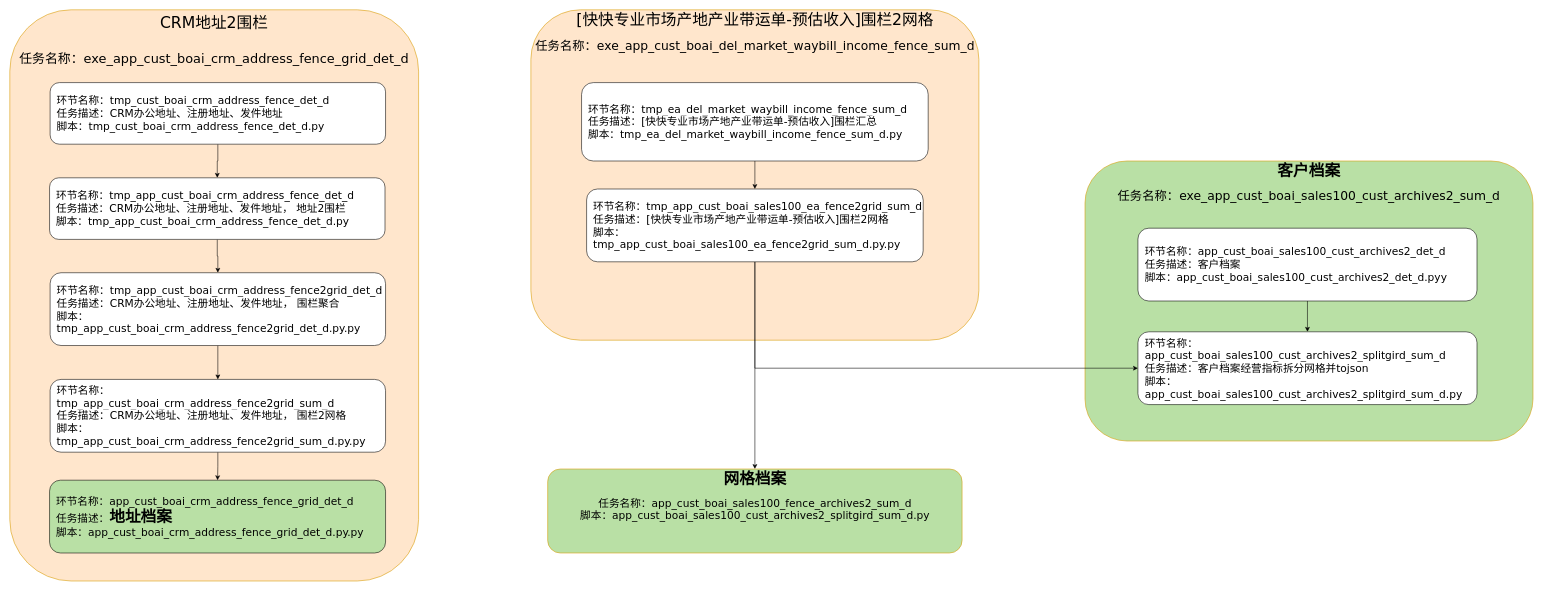
Before: page "第 1 页" (1 of 3) of 网格化二期.drawio in tristayan/ck, a draw.io diagram. Source tidied: cells renumbered, new cells numbered last; positions are measured from the earlier drawing's top-left corner, leaving out a move shared by most shapes. Both pictures are drawn from the tidied source at 56%, with x=0, y=0 at pixel (10, 10).
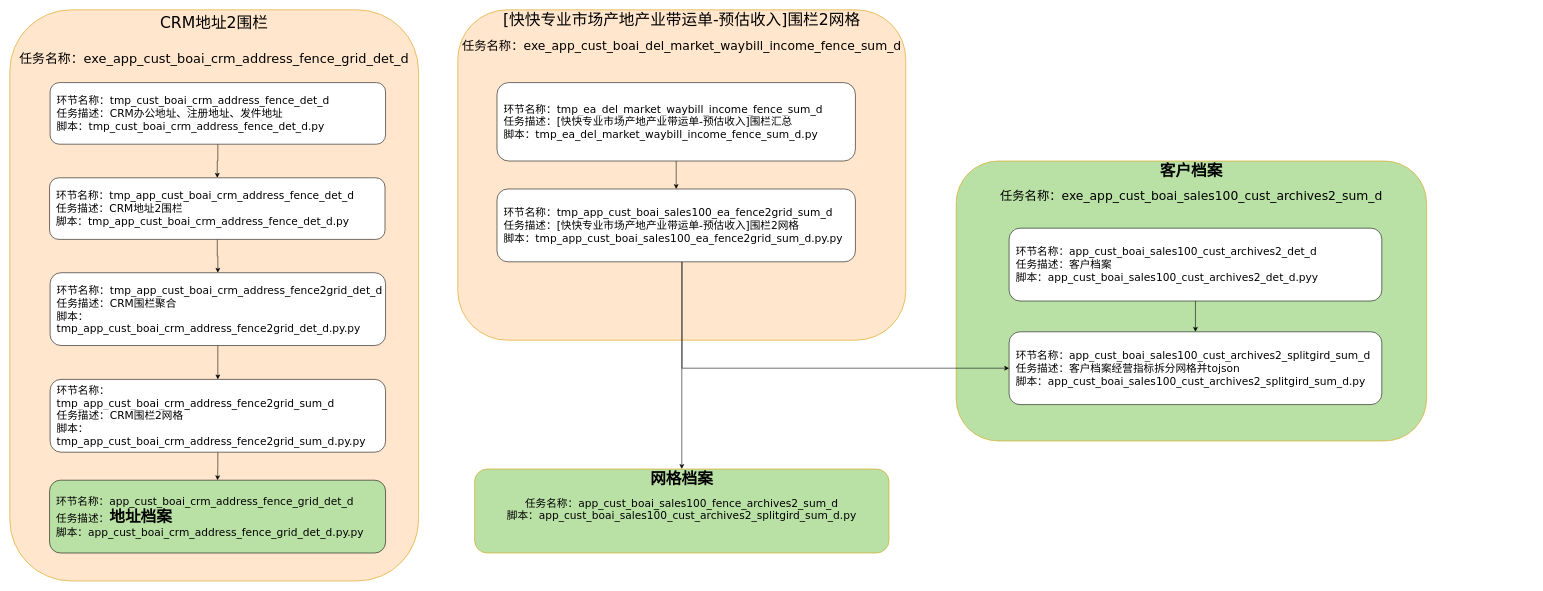
After the change.

Commit message (it also covers changes not shown here):
更新网格化二期.drawio

The edit, as a diff of the source:
```diff
@@
     <mxCell id="2" value="&lt;div style=&quot;line-height: 21px; white-space: pre;&quot;&gt;&lt;span&gt;&lt;font style=&quot;font-size: 28px;&quot;&gt;&lt;b&gt;客户档案&lt;/b&gt;&lt;/font&gt;&lt;/span&gt;&lt;/div&gt;&lt;div style=&quot;line-height: 21px; white-space: pre;&quot;&gt;&lt;span&gt;&lt;font style=&quot;font-size: 22px;&quot;&gt;&lt;br&gt;&lt;/font&gt;&lt;/span&gt;&lt;/div&gt;&lt;div style=&quot;line-height: 21px;&quot;&gt;&lt;font style=&quot;font-size: 22px;&quot;&gt;&lt;span style=&quot;white-space: pre;&quot;&gt;任务名称：&lt;/span&gt;&lt;span style=&quot;white-space: pre;&quot;&gt;&lt;font style=&quot;&quot;&gt;exe_app_cust_boai_sales100_cust_archives2_sum_d&lt;/font&gt;&lt;/span&gt;&lt;/font&gt;&lt;/div&gt;" style="rounded=1;whiteSpace=wrap;html=1;verticalAlign=top;labelBackgroundColor=none;fillColor=#B9E0A5;strokeColor=#d79b00;fontFamily=Verdana;fontSize=19;fontColor=#000000;" parent="1" vertex="1">
-      <mxGeometry x="1920" y="270" width="800" height="500" as="geometry" />
+      <mxGeometry x="1690" y="270" width="840" height="500" as="geometry" />
     </mxCell>
@@
-    <mxCell id="7" value="&lt;font style=&quot;background-color: light-dark(#ffffff, var(--ge-dark-color, #121212));&quot;&gt;环节名称：&lt;/font&gt;&lt;font&gt;&lt;span style=&quot;text-wrap-mode: nowrap;&quot;&gt;tmp_app_cust_boai_crm_address_fence_det_d&lt;/span&gt;&lt;/font&gt;&lt;div&gt;&lt;font style=&quot;background-color: light-dark(#ffffff, var(--ge-dark-color, #121212));&quot;&gt;&lt;span style=&quot;text-wrap-mode: nowrap;&quot;&gt;任务描述：&lt;/span&gt;&lt;span&gt;CRM办公地址、注册地址、发件地址， 地址2围栏&lt;/span&gt;&lt;/font&gt;&lt;/div&gt;&lt;div&gt;&lt;font&gt;&lt;span style=&quot;background-color: rgb(255, 255, 255);&quot;&gt;脚本：&lt;/span&gt;&lt;/font&gt;&lt;span style=&quot;text-wrap-mode: nowrap; background-color: transparent;&quot;&gt;tmp_app_cust_boai_crm_address_fence_det_d.py&lt;/span&gt;&lt;/div&gt;" style="rounded=1;whiteSpace=wrap;html=1;align=left;fontColor=#000000;spacingLeft=10;fontFamily=Verdana;fontSize=19;" parent="1" vertex="1">
+    <mxCell id="7" value="&lt;font style=&quot;background-color: light-dark(#ffffff, var(--ge-dark-color, #121212));&quot;&gt;环节名称：&lt;/font&gt;&lt;font&gt;&lt;span style=&quot;text-wrap-mode: nowrap;&quot;&gt;tmp_app_cust_boai_crm_address_fence_det_d&lt;/span&gt;&lt;/font&gt;&lt;div&gt;&lt;font style=&quot;background-color: light-dark(#ffffff, var(--ge-dark-color, #121212));&quot;&gt;&lt;span style=&quot;text-wrap-mode: nowrap;&quot;&gt;任务描述：&lt;/span&gt;&lt;span&gt;CRM地址2围栏&lt;/span&gt;&lt;/font&gt;&lt;/div&gt;&lt;div&gt;&lt;font&gt;&lt;span style=&quot;background-color: rgb(255, 255, 255);&quot;&gt;脚本：&lt;/span&gt;&lt;/font&gt;&lt;span style=&quot;text-wrap-mode: nowrap; background-color: transparent;&quot;&gt;tmp_app_cust_boai_crm_address_fence_det_d.py&lt;/span&gt;&lt;/div&gt;" style="rounded=1;whiteSpace=wrap;html=1;align=left;fontColor=#000000;spacingLeft=10;fontFamily=Verdana;fontSize=19;" parent="1" vertex="1">
       <mxGeometry x="71" y="300" width="599" height="110" as="geometry" />
     </mxCell>
     <mxCell id="8" value="&lt;div style=&quot;line-height: 21px; white-space: pre;&quot;&gt;&lt;span style=&quot;&quot;&gt;&lt;font style=&quot;font-size: 28px;&quot;&gt;[快快专业市场产地产业带运单-预估收入]围栏2网格&lt;/font&gt;&lt;/span&gt;&lt;/div&gt;&lt;div style=&quot;line-height: 21px; white-space: pre;&quot;&gt;&lt;span style=&quot;&quot;&gt;&lt;font style=&quot;font-size: 28px;&quot;&gt;&lt;br&gt;&lt;/font&gt;&lt;/span&gt;&lt;/div&gt;&lt;div style=&quot;line-height: 21px; white-space: pre;&quot;&gt;&lt;span style=&quot;&quot;&gt;&lt;font style=&quot;font-size: 22px;&quot;&gt;任务名称：exe_app_cust_boai_del_market_waybill_income_fence_sum_d&lt;/font&gt;&lt;/span&gt;&lt;/div&gt;" style="rounded=1;whiteSpace=wrap;html=1;verticalAlign=top;labelBackgroundColor=none;fillColor=#ffe6cc;strokeColor=#d79b00;fontFamily=Verdana;fontSize=19;fontColor=#000000;" parent="1" vertex="1">
-      <mxGeometry x="930.5" width="800" height="590" as="geometry" />
+      <mxGeometry x="800" width="800" height="590" as="geometry" />
     </mxCell>
@@
     <mxCell id="10" value="&lt;font style=&quot;background-color: light-dark(#ffffff, var(--ge-dark-color, #121212));&quot;&gt;环节名称：&lt;/font&gt;&lt;span style=&quot;white-space: pre; background-color: rgb(255, 255, 255);&quot;&gt;&lt;font style=&quot;&quot;&gt;tmp_ea_del_market_waybill_income_fence_sum_d&lt;/font&gt;&lt;/span&gt;&lt;div&gt;&lt;font style=&quot;background-color: light-dark(#ffffff, var(--ge-dark-color, #121212));&quot;&gt;&lt;span style=&quot;text-wrap-mode: nowrap;&quot;&gt;任务描述：&lt;/span&gt;&lt;/font&gt;&lt;span style=&quot;white-space: pre; background-color: rgb(255, 255, 255);&quot;&gt;&lt;font style=&quot;&quot;&gt;[快快专业市场产地产业带运单-预估收入]围栏汇总&lt;/font&gt;&lt;/span&gt;&lt;/div&gt;&lt;div&gt;&lt;font style=&quot;background-color: light-dark(#ffffff, var(--ge-dark-color, #121212));&quot;&gt;&lt;span&gt;脚本：&lt;/span&gt;&lt;/font&gt;&lt;span style=&quot;background-color: rgb(255, 255, 255); text-wrap-mode: nowrap;&quot;&gt;&lt;span style=&quot;white-space-collapse: preserve;&quot;&gt;tmp_ea_del_market_waybill_income_fence_sum_d&lt;/span&gt;.py&lt;/span&gt;&lt;/div&gt;" style="rounded=1;whiteSpace=wrap;html=1;align=left;fontColor=#000000;spacingLeft=10;fontFamily=Verdana;fontSize=19;" parent="1" vertex="1">
-      <mxGeometry x="1021" y="130" width="619" height="140" as="geometry" />
+      <mxGeometry x="870" y="130" width="640" height="140" as="geometry" />
     </mxCell>
     <mxCell id="11" style="edgeStyle=orthogonalEdgeStyle;rounded=0;jettySize=auto;html=1;entryX=0;entryY=0.5;entryDx=0;entryDy=0;fontFamily=Verdana;fontSize=19;fontColor=#000000;" parent="1" edge="1" source="13" target="20">
       <mxGeometry relative="1" as="geometry">
         <Array as="points">
-          <mxPoint x="1331" y="640" />
+          <mxPoint x="1200.5" y="640" />
         </Array>
       </mxGeometry>
     </mxCell>
     <mxCell id="12" style="edgeStyle=orthogonalEdgeStyle;rounded=0;jettySize=auto;html=1;entryX=0.5;entryY=0;entryDx=0;entryDy=0;fontFamily=Verdana;fontSize=19;fontColor=#000000;" parent="1" edge="1" source="13" target="22">
       <mxGeometry relative="1" as="geometry">
         <Array as="points">
-          <mxPoint x="1331" y="810" />
+          <mxPoint x="1200.5" y="810" />
         </Array>
       </mxGeometry>
     </mxCell>
     <mxCell id="13" value="&lt;font style=&quot;background-color: light-dark(#ffffff, var(--ge-dark-color, #121212));&quot;&gt;环节名称：tmp_app_cust_boai_sales100_ea_fence2grid_sum_d&lt;/font&gt;&lt;div&gt;&lt;font style=&quot;background-color: light-dark(#ffffff, var(--ge-dark-color, #121212));&quot;&gt;&lt;span style=&quot;text-wrap-mode: nowrap;&quot;&gt;任务描述：&lt;/span&gt;&lt;/font&gt;&lt;span style=&quot;background-color: rgb(255, 255, 255); white-space: pre;&quot;&gt;[快快专业市场产地产业带运单-预估收入]围栏2网格&lt;/span&gt;&lt;/div&gt;&lt;div&gt;&lt;font&gt;&lt;span style=&quot;background-color: rgb(255, 255, 255);&quot;&gt;脚本：&lt;/span&gt;&lt;/font&gt;&lt;span style=&quot;background-color: transparent;&quot;&gt;&lt;font&gt;&lt;span&gt;tmp_app_cust_boai_sales100_ea_fence2grid_sum_d&lt;/span&gt;&lt;/font&gt;&lt;/span&gt;&lt;span style=&quot;text-wrap-mode: nowrap; background-color: transparent;&quot;&gt;.py&lt;/span&gt;&lt;span style=&quot;text-wrap-mode: nowrap; background-color: transparent;&quot;&gt;.py&lt;/span&gt;&lt;/div&gt;" style="rounded=1;whiteSpace=wrap;html=1;align=left;fontColor=#000000;spacingLeft=10;fontFamily=Verdana;fontSize=19;" parent="1" vertex="1">
-      <mxGeometry x="1030" y="320" width="601" height="130" as="geometry" />
+      <mxGeometry x="870" y="320" width="640" height="130" as="geometry" />
     </mxCell>
@@
-    <mxCell id="15" value="&lt;font style=&quot;background-color: light-dark(#ffffff, var(--ge-dark-color, #121212));&quot;&gt;环节名称：&lt;/font&gt;&lt;font&gt;&lt;span style=&quot;text-wrap-mode: nowrap;&quot;&gt;tmp_app_cust_boai_crm_address_fence2grid_det_d&lt;/span&gt;&lt;/font&gt;&lt;div&gt;&lt;font style=&quot;background-color: light-dark(#ffffff, var(--ge-dark-color, #121212));&quot;&gt;&lt;span style=&quot;text-wrap-mode: nowrap;&quot;&gt;任务描述：&lt;/span&gt;&lt;span&gt;CRM办公地址、注册地址、发件地址， 围栏聚合&lt;/span&gt;&lt;/font&gt;&lt;/div&gt;&lt;div&gt;&lt;font&gt;&lt;span style=&quot;background-color: rgb(255, 255, 255);&quot;&gt;脚本：&lt;/span&gt;&lt;/font&gt;&lt;span style=&quot;background-color: transparent;&quot;&gt;&lt;font&gt;&lt;span style=&quot;text-wrap-mode: nowrap;&quot;&gt;tmp_app_cust_boai_crm_address_fence2grid_det_d&lt;/span&gt;&lt;/font&gt;&lt;/span&gt;&lt;span style=&quot;text-wrap-mode: nowrap; background-color: transparent;&quot;&gt;.py&lt;/span&gt;&lt;span style=&quot;text-wrap-mode: nowrap; background-color: transparent;&quot;&gt;.py&lt;/span&gt;&lt;/div&gt;" style="rounded=1;whiteSpace=wrap;html=1;align=left;fontColor=#000000;spacingLeft=10;fontFamily=Verdana;fontSize=19;" parent="1" vertex="1">
+    <mxCell id="15" value="&lt;font style=&quot;background-color: light-dark(#ffffff, var(--ge-dark-color, #121212));&quot;&gt;环节名称：&lt;/font&gt;&lt;font&gt;&lt;span style=&quot;text-wrap-mode: nowrap;&quot;&gt;tmp_app_cust_boai_crm_address_fence2grid_det_d&lt;/span&gt;&lt;/font&gt;&lt;div&gt;&lt;font style=&quot;background-color: light-dark(#ffffff, var(--ge-dark-color, #121212));&quot;&gt;&lt;span style=&quot;text-wrap-mode: nowrap;&quot;&gt;任务描述：&lt;/span&gt;&lt;span&gt;CRM围栏聚合&lt;/span&gt;&lt;/font&gt;&lt;/div&gt;&lt;div&gt;&lt;font&gt;&lt;span style=&quot;background-color: rgb(255, 255, 255);&quot;&gt;脚本：&lt;/span&gt;&lt;/font&gt;&lt;span style=&quot;background-color: transparent;&quot;&gt;&lt;font&gt;&lt;span style=&quot;text-wrap-mode: nowrap;&quot;&gt;tmp_app_cust_boai_crm_address_fence2grid_det_d&lt;/span&gt;&lt;/font&gt;&lt;/span&gt;&lt;span style=&quot;text-wrap-mode: nowrap; background-color: transparent;&quot;&gt;.py&lt;/span&gt;&lt;span style=&quot;text-wrap-mode: nowrap; background-color: transparent;&quot;&gt;.py&lt;/span&gt;&lt;/div&gt;" style="rounded=1;whiteSpace=wrap;html=1;align=left;fontColor=#000000;spacingLeft=10;fontFamily=Verdana;fontSize=19;" parent="1" vertex="1">
       <mxGeometry x="72" y="469.5" width="599" height="130" as="geometry" />
     </mxCell>
@@
-    <mxCell id="17" value="&lt;font style=&quot;background-color: light-dark(#ffffff, var(--ge-dark-color, #121212));&quot;&gt;环节名称：&lt;/font&gt;&lt;font&gt;&lt;span style=&quot;text-wrap-mode: nowrap;&quot;&gt;tmp_app_cust_boai_crm_address_fence2grid_sum_d&lt;/span&gt;&lt;/font&gt;&lt;div&gt;&lt;font style=&quot;background-color: light-dark(#ffffff, var(--ge-dark-color, #121212));&quot;&gt;&lt;span style=&quot;text-wrap-mode: nowrap;&quot;&gt;任务描述：&lt;/span&gt;&lt;span&gt;CRM办公地址、注册地址、发件地址， 围栏2网格&lt;/span&gt;&lt;/font&gt;&lt;/div&gt;&lt;div&gt;&lt;font&gt;&lt;span style=&quot;background-color: rgb(255, 255, 255);&quot;&gt;脚本：&lt;/span&gt;&lt;/font&gt;&lt;span style=&quot;background-color: transparent;&quot;&gt;&lt;font&gt;&lt;span style=&quot;text-wrap-mode: nowrap;&quot;&gt;tmp_app_cust_boai_crm_address_fence2grid_sum_d&lt;/span&gt;&lt;/font&gt;&lt;/span&gt;&lt;span style=&quot;text-wrap-mode: nowrap; background-color: transparent;&quot;&gt;.py&lt;/span&gt;&lt;span style=&quot;text-wrap-mode: nowrap; background-color: transparent;&quot;&gt;.py&lt;/span&gt;&lt;/div&gt;" style="rounded=1;whiteSpace=wrap;html=1;align=left;fontColor=#000000;spacingLeft=10;fontFamily=Verdana;fontSize=19;" parent="1" vertex="1">
+    <mxCell id="17" value="&lt;font style=&quot;background-color: light-dark(#ffffff, var(--ge-dark-color, #121212));&quot;&gt;环节名称：&lt;/font&gt;&lt;font&gt;&lt;span style=&quot;text-wrap-mode: nowrap;&quot;&gt;tmp_app_cust_boai_crm_address_fence2grid_sum_d&lt;/span&gt;&lt;/font&gt;&lt;div&gt;&lt;font style=&quot;background-color: light-dark(#ffffff, var(--ge-dark-color, #121212));&quot;&gt;&lt;span style=&quot;text-wrap-mode: nowrap;&quot;&gt;任务描述：&lt;/span&gt;&lt;span&gt;CRM围栏2网格&lt;/span&gt;&lt;/font&gt;&lt;/div&gt;&lt;div&gt;&lt;font&gt;&lt;span style=&quot;background-color: rgb(255, 255, 255);&quot;&gt;脚本：&lt;/span&gt;&lt;/font&gt;&lt;span style=&quot;background-color: transparent;&quot;&gt;&lt;font&gt;&lt;span style=&quot;text-wrap-mode: nowrap;&quot;&gt;tmp_app_cust_boai_crm_address_fence2grid_sum_d&lt;/span&gt;&lt;/font&gt;&lt;/span&gt;&lt;span style=&quot;text-wrap-mode: nowrap; background-color: transparent;&quot;&gt;.py&lt;/span&gt;&lt;span style=&quot;text-wrap-mode: nowrap; background-color: transparent;&quot;&gt;.py&lt;/span&gt;&lt;/div&gt;" style="rounded=1;whiteSpace=wrap;html=1;align=left;fontColor=#000000;spacingLeft=10;fontFamily=Verdana;fontSize=19;" parent="1" vertex="1">
       <mxGeometry x="72" y="660" width="599" height="130" as="geometry" />
     </mxCell>
@@
     <mxCell id="19" value="&lt;font style=&quot;background-color: light-dark(#ffffff, var(--ge-dark-color, #121212));&quot;&gt;&lt;font&gt;环节名称：&lt;/font&gt;&lt;span style=&quot;white-space: pre;&quot;&gt;app_cust_boai_sales100_cust_archives2_det_d&lt;/span&gt;&lt;/font&gt;&lt;div&gt;&lt;font style=&quot;background-color: light-dark(#ffffff, var(--ge-dark-color, #121212));&quot;&gt;&lt;font&gt;&lt;span style=&quot;text-wrap-mode: nowrap;&quot;&gt;任务描述：&lt;/span&gt;&lt;/font&gt;&lt;span style=&quot;white-space: pre;&quot;&gt;客户档案&lt;/span&gt;&lt;/font&gt;&lt;/div&gt;&lt;div&gt;&lt;font style=&quot;background-color: light-dark(#ffffff, var(--ge-dark-color, #121212));&quot;&gt;&lt;font&gt;&lt;span&gt;脚本：&lt;/span&gt;&lt;/font&gt;&lt;span style=&quot;white-space: pre;&quot;&gt;app_cust_boai_sales100_cust_archives2_det_d.py&lt;/span&gt;&lt;/font&gt;&lt;span style=&quot;text-wrap-mode: nowrap; background-color: transparent;&quot;&gt;y&lt;/span&gt;&lt;/div&gt;" style="rounded=1;whiteSpace=wrap;html=1;align=left;fontColor=#000000;spacingLeft=10;fontFamily=Verdana;fontSize=19;" parent="1" vertex="1">
-      <mxGeometry x="2014.5" y="390" width="605.5" height="130" as="geometry" />
+      <mxGeometry x="1784.5" y="390" width="665.5" height="130" as="geometry" />
     </mxCell>
     <mxCell id="20" value="&lt;font style=&quot;background-color: light-dark(#ffffff, var(--ge-dark-color, #121212));&quot;&gt;&lt;font&gt;&lt;font&gt;环节名称：&lt;/font&gt;&lt;/font&gt;&lt;span style=&quot;white-space: pre;&quot;&gt;app_cust_boai_sales100_cust_archives2_splitgird_sum_d&lt;/span&gt;&lt;/font&gt;&lt;div&gt;&lt;font style=&quot;background-color: light-dark(#ffffff, var(--ge-dark-color, #121212));&quot;&gt;&lt;font&gt;&lt;span style=&quot;text-wrap-mode: nowrap;&quot;&gt;任务描述：&lt;/span&gt;&lt;/font&gt;&lt;span style=&quot;white-space: pre;&quot;&gt;客户档案经营指标拆分网格并tojson&lt;/span&gt;&lt;/font&gt;&lt;/div&gt;&lt;div&gt;&lt;font style=&quot;background-color: light-dark(#ffffff, var(--ge-dark-color, #121212));&quot;&gt;&lt;font&gt;&lt;font&gt;&lt;span&gt;脚本：&lt;/span&gt;&lt;/font&gt;&lt;span style=&quot;white-space: pre;&quot;&gt;app_cust_boai_sales100_cust_archives2_splitgird_sum_d&lt;/span&gt;&lt;/font&gt;&lt;font&gt;&lt;span style=&quot;white-space: pre;&quot;&gt;.py&lt;/span&gt;&lt;/font&gt;&lt;/font&gt;&lt;/div&gt;" style="rounded=1;whiteSpace=wrap;html=1;align=left;fontColor=#000000;spacingLeft=10;fontFamily=Verdana;fontSize=19;" parent="1" vertex="1">
-      <mxGeometry x="2014.5" y="575" width="605.5" height="130" as="geometry" />
+      <mxGeometry x="1784.5" y="575" width="665.5" height="130" as="geometry" />
     </mxCell>
@@
     <mxCell id="22" value="&lt;div style=&quot;line-height: 21px; white-space: pre;&quot;&gt;&lt;span&gt;&lt;font style=&quot;font-size: 28px;&quot;&gt;&lt;b&gt;网格档案&lt;/b&gt;&lt;/font&gt;&lt;/span&gt;&lt;/div&gt;&lt;div style=&quot;line-height: 21px; white-space: pre;&quot;&gt;&lt;span&gt;&lt;br&gt;&lt;/span&gt;&lt;/div&gt;&lt;div style=&quot;line-height: 21px;&quot;&gt;&lt;span style=&quot;white-space: pre;&quot;&gt;任务名称：&lt;/span&gt;&lt;span style=&quot;white-space: pre;&quot;&gt;&lt;font style=&quot;&quot;&gt;app_cust_boai_sales100_fence_archives2_sum_d&lt;/font&gt;&lt;/span&gt;&lt;/div&gt;&lt;div style=&quot;line-height: 21px;&quot;&gt;&lt;span style=&quot;white-space: pre;&quot;&gt;&lt;font style=&quot;&quot;&gt;&lt;font style=&quot;text-align: left; white-space: normal;&quot;&gt;&lt;font&gt;&lt;span&gt;脚本：&lt;/span&gt;&lt;/font&gt;&lt;span style=&quot;white-space: pre;&quot;&gt;app_cust_boai_sales100_cust_archives2_splitgird_sum_d&lt;/span&gt;&lt;/font&gt;&lt;font style=&quot;text-align: left; white-space: normal;&quot;&gt;&lt;span style=&quot;white-space: pre;&quot;&gt;.py&lt;/span&gt;&lt;/font&gt;&lt;/font&gt;&lt;/span&gt;&lt;/div&gt;" style="rounded=1;whiteSpace=wrap;html=1;verticalAlign=top;labelBackgroundColor=none;fillColor=#B9E0A5;strokeColor=#d79b00;fontFamily=Verdana;fontSize=19;fontColor=#000000;" parent="1" vertex="1">
-      <mxGeometry x="960.5" y="820" width="740" height="150" as="geometry" />
+      <mxGeometry x="830" y="820" width="740" height="150" as="geometry" />
     </mxCell>
```
